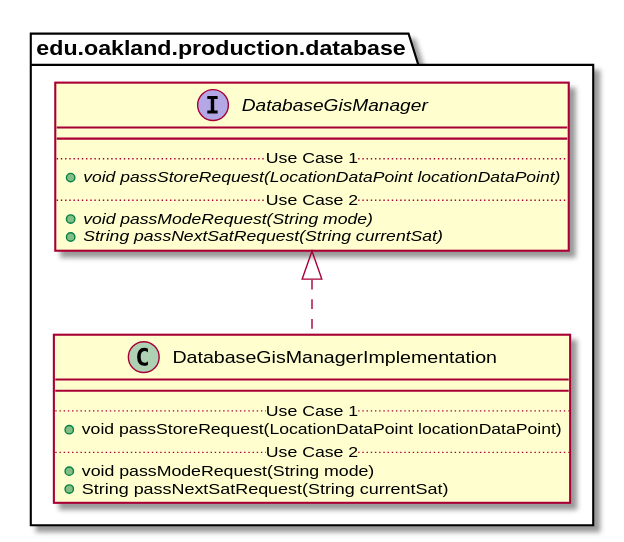
The PlantUML diagram docs/uml-class-diagrams/database/production/DatabaseGisManagerImplementation/DatabaseGisManagerImplementation_DirectDependencies.svg in andrewdimmer/csi-3370-software-project, before a commit.
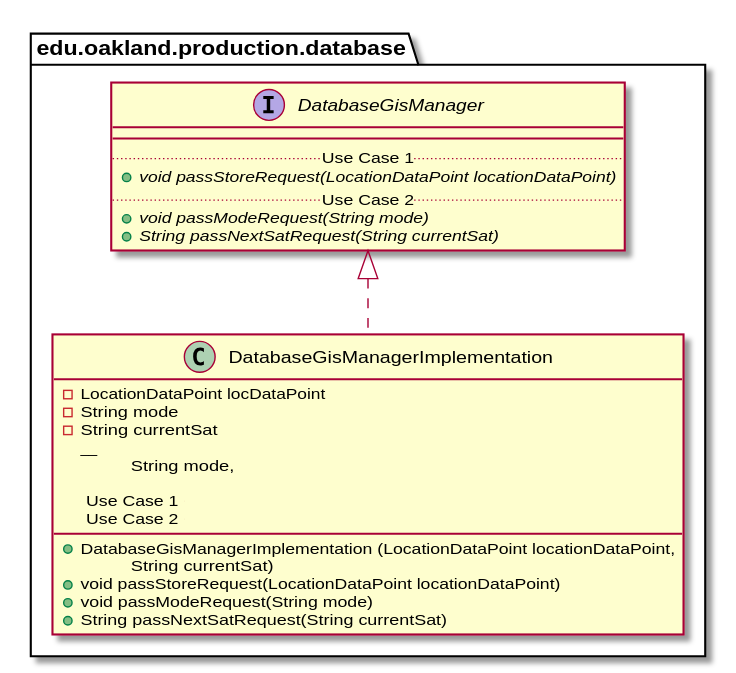
Later version of the same file.

Diff of the diagram source:
```diff
@@ -3,7 +3,14 @@
 
 package edu.oakland.production.database {
     class DatabaseGisManagerImplementation {
-        __
+    	- LocationDataPoint locDataPoint
+    	- String mode
+    	- String currentSat
+    	        __
+        + DatabaseGisManagerImplementation (LocationDataPoint locationDataPoint,
+        \t String mode,
+        \t String currentSat)
+
         .. Use Case 1 ..
         + void passStoreRequest(LocationDataPoint locationDataPoint)
         .. Use Case 2 ..
```
